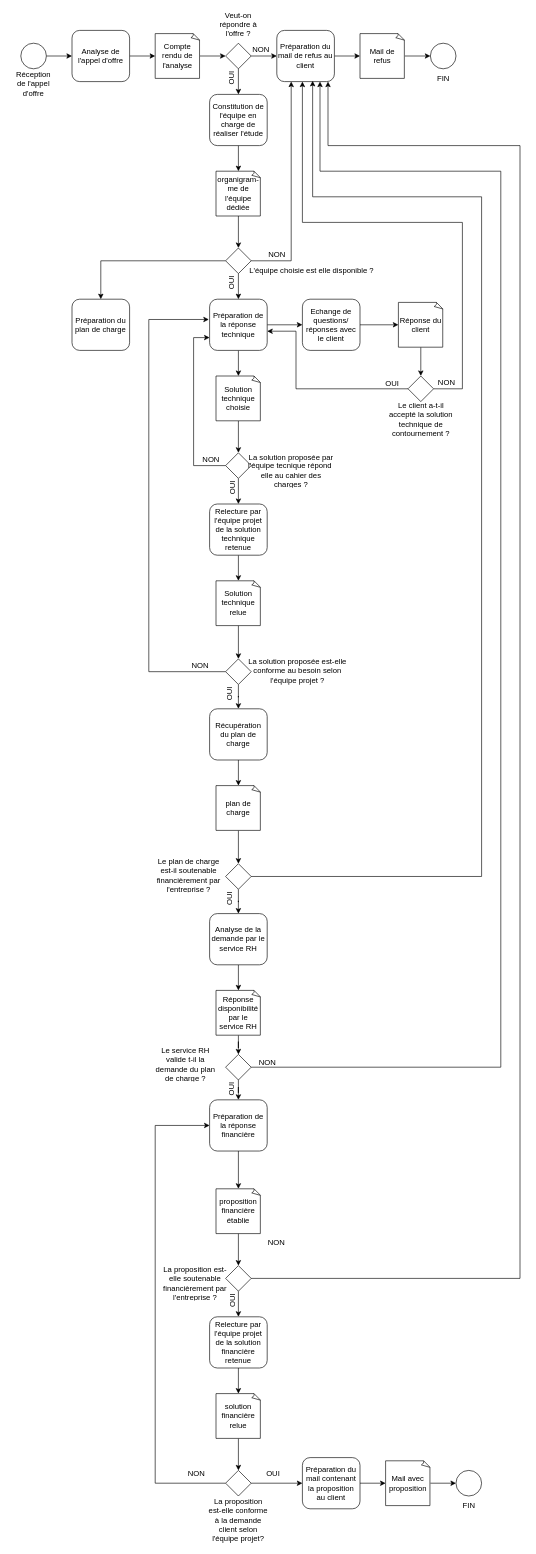
This is Sécurisation site internet.drawio from MrRobotInThePlace/chatbotNodejsDialogflow, a draw.io file, before an edit. Source tidied: cells renumbered, new cells numbered last; positions are measured from the earlier drawing's top-left corner, leaving out a move shared by most shapes. Both pictures are drawn from the tidied source at 64%, with x=0, y=0 at pixel (11, 17).
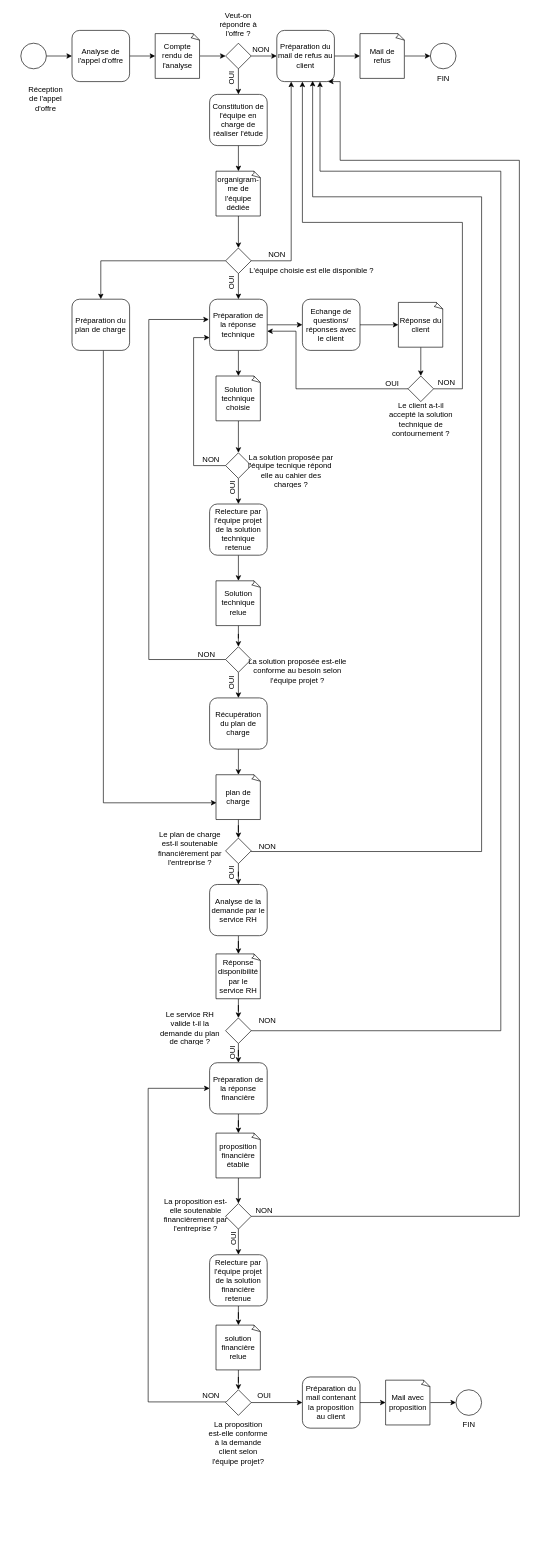
The same page after the edit.

Commit message (it also covers changes not shown here):
Mettre à jour Sécurisation site internet.drawio

The change refers to these unchanged cells:
```xml
<mxCell id="14" value="Préparation du mail de refus au client" style="rounded=1;whiteSpace=wrap;html=1;" parent="1" vertex="1">
  <mxGeometry x="415" y="20" width="90" height="80" as="geometry" />
</mxCell>
<mxCell id="18" value="Préparation de la réponse technique " style="rounded=1;whiteSpace=wrap;html=1;" parent="1" vertex="1">
  <mxGeometry x="310" y="440" width="90" height="80" as="geometry" />
</mxCell>
<mxCell id="88" value="Préparation du plan de charge" style="rounded=1;whiteSpace=wrap;html=1;" parent="1" vertex="1">
  <mxGeometry x="95" y="440" width="90" height="80" as="geometry" />
</mxCell>
```

What changed in the source:
```diff
@@
     <mxCell id="10" value="&lt;p&gt;Réception de l'appel d'offre&lt;br&gt;&lt;/p&gt;" style="text;html=1;strokeColor=none;fillColor=none;spacing=5;spacingTop=-20;whiteSpace=wrap;overflow=hidden;rounded=0;align=center;" parent="1" vertex="1">
-      <mxGeometry y="81" width="70" height="50" as="geometry" />
+      <mxGeometry x="19" y="104" width="70" height="50" as="geometry" />
     </mxCell>
@@
     <mxCell id="43" value="Préparation de la réponse financière" style="rounded=1;whiteSpace=wrap;html=1;" parent="1" vertex="1">
-      <mxGeometry x="310" y="1691" width="90" height="80" as="geometry" />
+      <mxGeometry x="310" y="1633" width="90" height="80" as="geometry" />
     </mxCell>
@@
     <mxCell id="53" value="proposition financière établie" style="whiteSpace=wrap;html=1;shape=mxgraph.basic.document;" parent="1" vertex="1">
-      <mxGeometry x="320" y="1830" width="70" height="70" as="geometry" />
+      <mxGeometry x="320" y="1743" width="70" height="70" as="geometry" />
     </mxCell>
@@
-    <mxCell id="55" style="edgeStyle=orthogonalEdgeStyle;rounded=0;jettySize=auto;html=1;entryX=0.889;entryY=1;entryDx=0;entryDy=0;entryPerimeter=0;" parent="1" edge="1" source="56" target="14">
+    <mxCell id="55" style="edgeStyle=orthogonalEdgeStyle;rounded=0;jettySize=auto;html=1;entryX=0.889;entryY=1;entryDx=0;entryDy=0;entryPerimeter=0;exitX=1;exitY=0.5;exitDx=0;exitDy=0;" parent="1" edge="1" source="56" target="14">
       <mxGeometry relative="1" as="geometry">
         <Array as="points">
-          <mxPoint x="795" y="1970" />
-          <mxPoint x="795" y="200" />
-          <mxPoint x="495" y="200" />
+          <mxPoint x="794" y="1873" />
+          <mxPoint x="794" y="223" />
+          <mxPoint x="514" y="223" />
+          <mxPoint x="514" y="100" />
         </Array>
       </mxGeometry>
     </mxCell>
     <mxCell id="56" style="rhombus;whiteSpace=wrap;html=1;" parent="1" vertex="1">
-      <mxGeometry x="335" y="1950" width="40" height="40" as="geometry" />
+      <mxGeometry x="335" y="1853" width="40" height="40" as="geometry" />
     </mxCell>
@@
     <mxCell id="58" value="NON" style="text;html=1;align=center;verticalAlign=middle;strokeColor=none;fillColor=none;" parent="1" vertex="1">
-      <mxGeometry x="389" y="1900" width="50" height="30" as="geometry" />
+      <mxGeometry x="370" y="1849" width="50" height="30" as="geometry" />
     </mxCell>
     <mxCell id="59" value="La proposition est-elle conforme à la demande client selon l'équipe projet?" style="text;whiteSpace=wrap;html=1;align=center;" parent="1" vertex="1">
-      <mxGeometry x="305" y="2305" width="100" height="40" as="geometry" />
+      <mxGeometry x="305" y="2184" width="100" height="40" as="geometry" />
     </mxCell>
@@
     <mxCell id="61" value="Relecture par l'équipe projet de la solution financière retenue" style="rounded=1;whiteSpace=wrap;html=1;" parent="1" vertex="1">
-      <mxGeometry x="310" y="2030" width="90" height="80" as="geometry" />
+      <mxGeometry x="310" y="1933" width="90" height="80" as="geometry" />
     </mxCell>
     <mxCell id="62" value="OUI" style="text;html=1;align=center;verticalAlign=bottom;strokeColor=none;fillColor=none;horizontal=0;" parent="1" vertex="1">
-      <mxGeometry x="315" y="1990" width="40" height="30" as="geometry" />
+      <mxGeometry x="316" y="1893" width="40" height="30" as="geometry" />
     </mxCell>
@@
     <mxCell id="64" value="solution financière relue" style="whiteSpace=wrap;html=1;shape=mxgraph.basic.document;" parent="1" vertex="1">
-      <mxGeometry x="320" y="2150" width="70" height="70" as="geometry" />
+      <mxGeometry x="320" y="2043" width="70" height="70" as="geometry" />
     </mxCell>
@@
     <mxCell id="66" style="edgeStyle=orthogonalEdgeStyle;rounded=0;jettySize=auto;html=1;entryX=0;entryY=0.5;entryDx=0;entryDy=0;" parent="1" edge="1" source="67" target="43">
       <mxGeometry relative="1" as="geometry">
         <Array as="points">
-          <mxPoint x="225" y="2290" />
-          <mxPoint x="225" y="1731" />
+          <mxPoint x="214" y="2163" />
+          <mxPoint x="214" y="1673" />
         </Array>
       </mxGeometry>
     </mxCell>
     <mxCell id="67" style="rhombus;whiteSpace=wrap;html=1;" parent="1" vertex="1">
-      <mxGeometry x="335" y="2270" width="40" height="40" as="geometry" />
+      <mxGeometry x="335" y="2144" width="40" height="40" as="geometry" />
     </mxCell>
     <mxCell id="68" style="ellipse;whiteSpace=wrap;html=1;" parent="1" vertex="1">
-      <mxGeometry x="695" y="2270" width="40" height="40" as="geometry" />
+      <mxGeometry x="695" y="2144" width="40" height="40" as="geometry" />
     </mxCell>
@@
     <mxCell id="70" value="Préparation du mail contenant la proposition au client" style="rounded=1;whiteSpace=wrap;html=1;" parent="1" vertex="1">
-      <mxGeometry x="455" y="2250" width="90" height="80" as="geometry" />
+      <mxGeometry x="455" y="2124" width="90" height="80" as="geometry" />
     </mxCell>
@@
     <mxCell id="72" value="Mail avec proposition" style="whiteSpace=wrap;html=1;shape=mxgraph.basic.document;" parent="1" vertex="1">
-      <mxGeometry x="585" y="2255" width="70" height="70" as="geometry" />
+      <mxGeometry x="585" y="2129" width="70" height="70" as="geometry" />
     </mxCell>
     <mxCell id="73" value="FIN" style="text;html=1;align=center;verticalAlign=middle;strokeColor=none;fillColor=none;" parent="1" vertex="1">
-      <mxGeometry x="695" y="2310" width="40" height="30" as="geometry" />
+      <mxGeometry x="695" y="2184" width="40" height="30" as="geometry" />
     </mxCell>
     <mxCell id="74" value="OUI" style="text;html=1;align=center;verticalAlign=middle;strokeColor=none;fillColor=none;" parent="1" vertex="1">
-      <mxGeometry x="389" y="2260" width="40" height="30" as="geometry" />
+      <mxGeometry x="375" y="2139" width="40" height="30" as="geometry" />
     </mxCell>
@@
-    <mxCell id="77" style="edgeStyle=orthogonalEdgeStyle;rounded=0;jettySize=auto;html=1;entryX=-0.013;entryY=0.396;entryDx=0;entryDy=0;entryPerimeter=0;" parent="1" edge="1" source="79" target="18">
+    <mxCell id="77" style="edgeStyle=orthogonalEdgeStyle;rounded=0;jettySize=auto;html=1;entryX=-0.013;entryY=0.396;entryDx=0;entryDy=0;entryPerimeter=0;exitX=0;exitY=0.5;exitDx=0;exitDy=0;" parent="1" edge="1" source="79" target="18">
       <mxGeometry relative="1" as="geometry">
         <Array as="points">
-          <mxPoint x="215" y="1022" />
+          <mxPoint x="215" y="1003" />
           <mxPoint x="215" y="472" />
         </Array>
       </mxGeometry>
     </mxCell>
@@
     <mxCell id="79" style="rhombus;whiteSpace=wrap;html=1;" parent="1" vertex="1">
-      <mxGeometry x="335" y="1002" width="40" height="40" as="geometry" />
+      <mxGeometry x="335" y="983" width="40" height="40" as="geometry" />
     </mxCell>
@@
     <mxCell id="81" value="OUI" style="text;html=1;align=center;verticalAlign=bottom;strokeColor=none;fillColor=none;horizontal=0;" parent="1" vertex="1">
-      <mxGeometry x="310" y="1042" width="40" height="30" as="geometry" />
+      <mxGeometry x="313.7" y="1025" width="40" height="30" as="geometry" />
     </mxCell>
@@
     <mxCell id="84" value="NON" style="text;html=1;align=center;verticalAlign=middle;strokeColor=none;fillColor=none;" parent="1" vertex="1">
-      <mxGeometry x="270" y="998" width="50" height="30" as="geometry" />
+      <mxGeometry x="280" y="980" width="50" height="30" as="geometry" />
     </mxCell>
@@
     <mxCell id="87" value="NON" style="text;html=1;align=center;verticalAlign=middle;strokeColor=none;fillColor=none;" parent="1" vertex="1">
-      <mxGeometry x="263.7" y="2260" width="50" height="30" as="geometry" />
+      <mxGeometry x="287" y="2139" width="50" height="30" as="geometry" />
     </mxCell>
+    <mxCell id="109" style="edgeStyle=orthogonalEdgeStyle;rounded=0;jettySize=auto;html=1;entryX=0.01;entryY=0.627;entryDx=0;entryDy=0;entryPerimeter=0;" parent="1" edge="1" source="88" target="101">
+      <mxGeometry relative="1" as="geometry">
+        <Array as="points">
+          <mxPoint x="144" y="1227" />
+        </Array>
+      </mxGeometry>
+    </mxCell>
@@
-    <mxCell id="90" style="edgeStyle=orthogonalEdgeStyle;rounded=0;jettySize=auto;html=1;entryX=0.75;entryY=1;entryDx=0;entryDy=0;" parent="1" edge="1" source="91" target="14">
+    <mxCell id="90" style="edgeStyle=orthogonalEdgeStyle;rounded=0;jettySize=auto;html=1;entryX=0.75;entryY=1;entryDx=0;entryDy=0;exitX=1;exitY=0.5;exitDx=0;exitDy=0;" parent="1" edge="1" source="91" target="14">
       <mxGeometry relative="1" as="geometry">
         <Array as="points">
-          <mxPoint x="765" y="1640" />
+          <mxPoint x="765" y="1583" />
           <mxPoint x="765" y="240" />
           <mxPoint x="483" y="240" />
           <mxPoint x="483" y="100" />
         </Array>
       </mxGeometry>
     </mxCell>
     <mxCell id="91" style="rhombus;whiteSpace=wrap;html=1;" parent="1" vertex="1">
-      <mxGeometry x="335" y="1620" width="40" height="40" as="geometry" />
+      <mxGeometry x="335" y="1563" width="40" height="40" as="geometry" />
     </mxCell>
@@
     <mxCell id="93" value="Analyse de la demande par le service RH" style="rounded=1;whiteSpace=wrap;html=1;" parent="1" vertex="1">
-      <mxGeometry x="310" y="1400" width="90" height="80" as="geometry" />
+      <mxGeometry x="310" y="1354.5" width="90" height="80" as="geometry" />
     </mxCell>
     <mxCell id="94" value="La proposition est-elle soutenable financièrement par l'entreprise ?" style="text;html=1;strokeColor=none;fillColor=none;spacing=5;spacingTop=-20;whiteSpace=wrap;overflow=hidden;rounded=0;align=center;" parent="1" vertex="1">
-      <mxGeometry x="230" y="1960" width="115" height="45" as="geometry" />
+      <mxGeometry x="231.2" y="1853" width="115" height="45" as="geometry" />
     </mxCell>
@@
     <mxCell id="96" value="Récupération du plan de charge" style="rounded=1;whiteSpace=wrap;html=1;" parent="1" vertex="1">
-      <mxGeometry x="310" y="1080" width="90" height="80" as="geometry" />
+      <mxGeometry x="310" y="1063" width="90" height="80" as="geometry" />
     </mxCell>
-    <mxCell id="97" style="edgeStyle=orthogonalEdgeStyle;rounded=0;jettySize=auto;html=1;entryX=0.622;entryY=0.986;entryDx=0;entryDy=0;entryPerimeter=0;" parent="1" edge="1" source="99" target="14">
+    <mxCell id="97" style="edgeStyle=orthogonalEdgeStyle;rounded=0;jettySize=auto;html=1;entryX=0.622;entryY=0.986;entryDx=0;entryDy=0;entryPerimeter=0;exitX=1;exitY=0.5;exitDx=0;exitDy=0;" parent="1" edge="1" source="99" target="14">
       <mxGeometry relative="1" as="geometry">
         <Array as="points">
-          <mxPoint x="735" y="1342" />
+          <mxPoint x="375" y="1303" />
+          <mxPoint x="735" y="1303" />
           <mxPoint x="735" y="280" />
           <mxPoint x="471" y="280" />
         </Array>
       </mxGeometry>
     </mxCell>
@@
     <mxCell id="99" style="rhombus;whiteSpace=wrap;html=1;" parent="1" vertex="1">
-      <mxGeometry x="335" y="1322" width="40" height="40" as="geometry" />
+      <mxGeometry x="335" y="1282" width="40" height="40" as="geometry" />
     </mxCell>
@@
     <mxCell id="101" value="plan de charge" style="whiteSpace=wrap;html=1;shape=mxgraph.basic.document;" parent="1" vertex="1">
-      <mxGeometry x="320" y="1200" width="70" height="70" as="geometry" />
+      <mxGeometry x="320" y="1183" width="70" height="70" as="geometry" />
     </mxCell>
     <mxCell id="102" value="Le plan de charge est-il soutenable financièrement par l'entreprise ?" style="text;html=1;strokeColor=none;fillColor=none;spacing=5;spacingTop=-20;whiteSpace=wrap;overflow=hidden;rounded=0;align=center;" parent="1" vertex="1">
-      <mxGeometry x="220" y="1322" width="115" height="45" as="geometry" />
+      <mxGeometry x="222" y="1279.5" width="115" height="45" as="geometry" />
     </mxCell>
     <mxCell id="103" value="OUI" style="text;html=1;align=center;verticalAlign=bottom;strokeColor=none;fillColor=none;horizontal=0;" parent="1" vertex="1">
-      <mxGeometry x="310" y="1362" width="40" height="30" as="geometry" />
+      <mxGeometry x="313.7" y="1322" width="40" height="30" as="geometry" />
     </mxCell>
     <mxCell id="104" value="NON" style="text;html=1;align=center;verticalAlign=middle;strokeColor=none;fillColor=none;" parent="1" vertex="1">
-      <mxGeometry x="375" y="1617.5" width="50" height="30" as="geometry" />
+      <mxGeometry x="375" y="1553" width="50" height="30" as="geometry" />
     </mxCell>
@@
     <mxCell id="106" value="Réponse disponibilité par le service RH" style="whiteSpace=wrap;html=1;shape=mxgraph.basic.document;" parent="1" vertex="1">
-      <mxGeometry x="320" y="1520" width="70" height="70" as="geometry" />
+      <mxGeometry x="320" y="1463" width="70" height="70" as="geometry" />
     </mxCell>
     <mxCell id="107" value="Le service RH valide t-il la demande du plan de charge ?" style="text;html=1;strokeColor=none;fillColor=none;spacing=5;spacingTop=-20;whiteSpace=wrap;overflow=hidden;rounded=0;align=center;" parent="1" vertex="1">
-      <mxGeometry x="215" y="1617.5" width="115" height="45" as="geometry" />
+      <mxGeometry x="222" y="1560.5" width="115" height="45" as="geometry" />
     </mxCell>
     <mxCell id="108" value="OUI" style="text;html=1;align=center;verticalAlign=bottom;strokeColor=none;fillColor=none;horizontal=0;" parent="1" vertex="1">
-      <mxGeometry x="313.7" y="1660" width="40" height="30" as="geometry" />
+      <mxGeometry x="315" y="1603" width="40" height="30" as="geometry" />
     </mxCell>
+    <mxCell id="110" value="NON" style="text;html=1;align=center;verticalAlign=middle;strokeColor=none;fillColor=none;" parent="1" vertex="1">
+      <mxGeometry x="375" y="1279.5" width="50" height="30" as="geometry" />
+    </mxCell>
```
